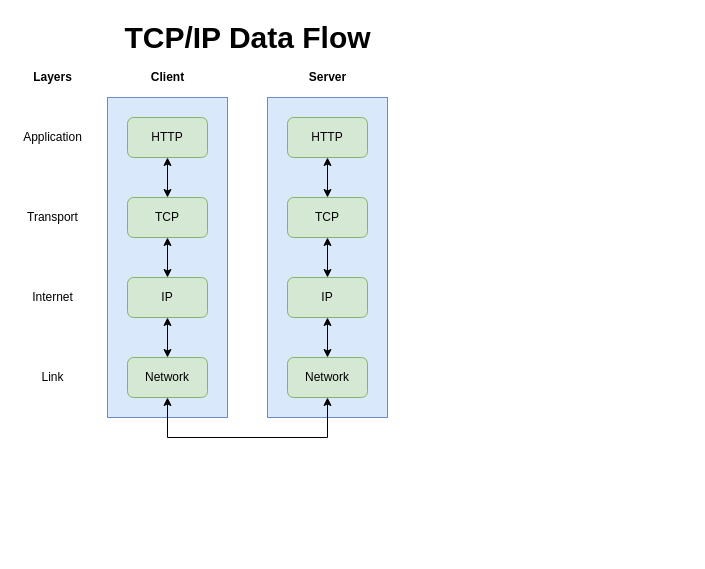
jeesewu/Diagrams-Storage keeps this draw.io diagram as page "OSI Model" (1 of 7) of Frontend/Internet/What is HTTP.drawio. Above is the earlier version. Source tidied: cells renumbered, new cells numbered last; positions are measured from the earlier drawing's top-left corner, leaving out a move shared by most shapes. Both pictures are drawn from the tidied source at 100%, with x=0, y=0 at pixel (17, 17). Pictures stored in the file or linked from it are replaced by grey dashed boxes.
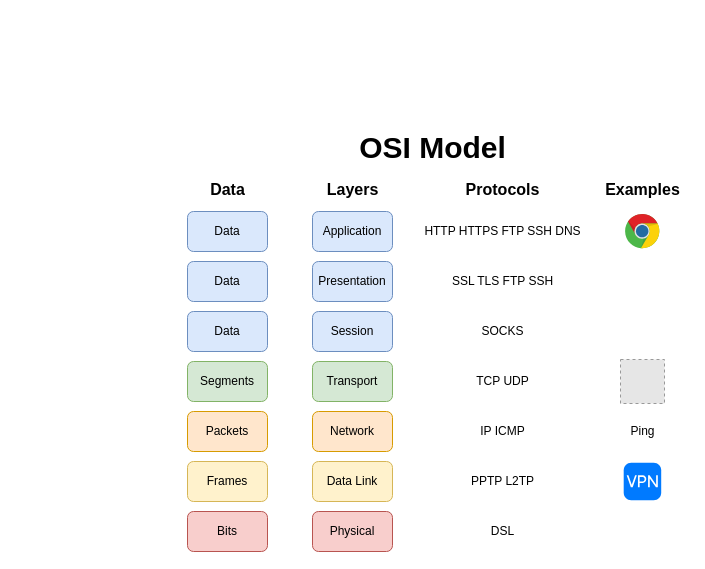
The same diagram, later.

Diff of the diagram source:
```diff
@@
-    <mxCell id="2" style="rounded=0;whiteSpace=wrap;html=1;fillColor=#dae8fc;strokeColor=#6c8ebf;" parent="1" vertex="1">
-      <mxGeometry x="250" y="80" width="120" height="320" as="geometry" />
-    </mxCell>
-    <mxCell id="3" style="rounded=0;whiteSpace=wrap;html=1;fillColor=#dae8fc;strokeColor=#6c8ebf;" parent="1" vertex="1">
-      <mxGeometry x="90" y="80" width="120" height="320" as="geometry" />
-    </mxCell>
-    <mxCell id="4" style="edgeStyle=orthogonalEdgeStyle;rounded=0;jettySize=auto;html=1;startArrow=classic;startFill=1;" parent="1" edge="1" source="5" target="8">
-      <mxGeometry relative="1" as="geometry" />
-    </mxCell>
-    <mxCell id="5" value="HTTP" style="rounded=1;whiteSpace=wrap;html=1;fillColor=#d5e8d4;strokeColor=#82b366;" parent="1" vertex="1">
-      <mxGeometry x="110" y="100" width="80" height="40" as="geometry" />
+    <mxCell id="5" value="Application" style="rounded=1;whiteSpace=wrap;html=1;fillColor=#dae8fc;strokeColor=#6c8ebf;" parent="1" vertex="1">
+      <mxGeometry x="295" y="194" width="80" height="40" as="geometry" />
     </mxCell>
-    <mxCell id="6" value="TCP/IP Data Flow" style="text;html=1;align=center;verticalAlign=middle;strokeColor=none;fontStyle=1;fontSize=30;" parent="1" vertex="1">
-      <mxGeometry x="100" width="260" height="40" as="geometry" />
+    <mxCell id="6" value="OSI Model" style="text;html=1;align=center;verticalAlign=middle;strokeColor=none;fontStyle=1;fontSize=30;" parent="1" vertex="1">
+      <mxGeometry x="335" y="110" width="160" height="40" as="geometry" />
     </mxCell>
-    <mxCell id="7" style="edgeStyle=orthogonalEdgeStyle;rounded=0;jettySize=auto;html=1;entryX=0.5;entryY=0;entryDx=0;entryDy=0;endArrow=classic;endFill=1;startArrow=classic;startFill=1;" parent="1" edge="1" source="8" target="10">
-      <mxGeometry relative="1" as="geometry" />
-    </mxCell>
-    <mxCell id="8" value="TCP" style="rounded=1;whiteSpace=wrap;html=1;fillColor=#d5e8d4;strokeColor=#82b366;" parent="1" vertex="1">
-      <mxGeometry x="110" y="180" width="80" height="40" as="geometry" />
+    <mxCell id="8" value="Presentation" style="rounded=1;whiteSpace=wrap;html=1;fillColor=#dae8fc;strokeColor=#6c8ebf;" parent="1" vertex="1">
+      <mxGeometry x="295" y="244" width="80" height="40" as="geometry" />
     </mxCell>
-    <mxCell id="9" style="edgeStyle=orthogonalEdgeStyle;rounded=0;jettySize=auto;html=1;entryX=0.5;entryY=0;entryDx=0;entryDy=0;startArrow=classic;startFill=1;" parent="1" edge="1" source="10" target="12">
-      <mxGeometry relative="1" as="geometry" />
-    </mxCell>
-    <mxCell id="10" value="IP" style="rounded=1;whiteSpace=wrap;html=1;fillColor=#d5e8d4;strokeColor=#82b366;" parent="1" vertex="1">
-      <mxGeometry x="110" y="260" width="80" height="40" as="geometry" />
+    <mxCell id="10" value="Session" style="rounded=1;whiteSpace=wrap;html=1;fillColor=#dae8fc;strokeColor=#6c8ebf;" parent="1" vertex="1">
+      <mxGeometry x="295" y="294" width="80" height="40" as="geometry" />
     </mxCell>
-    <mxCell id="11" style="edgeStyle=orthogonalEdgeStyle;rounded=0;jettySize=auto;html=1;entryX=0.5;entryY=1;entryDx=0;entryDy=0;startArrow=classic;startFill=1;" parent="1" edge="1" source="12" target="26">
-      <mxGeometry relative="1" as="geometry">
-        <Array as="points">
-          <mxPoint x="150" y="420" />
-          <mxPoint x="310" y="420" />
-        </Array>
-      </mxGeometry>
-    </mxCell>
-    <mxCell id="12" value="Network" style="rounded=1;whiteSpace=wrap;html=1;fillColor=#d5e8d4;strokeColor=#82b366;" parent="1" vertex="1">
-      <mxGeometry x="110" y="340" width="80" height="40" as="geometry" />
+    <mxCell id="12" value="Transport" style="rounded=1;whiteSpace=wrap;html=1;fillColor=#d5e8d4;strokeColor=#82b366;" parent="1" vertex="1">
+      <mxGeometry x="295" y="344" width="80" height="40" as="geometry" />
     </mxCell>
-    <mxCell id="13" value="Application" style="text;html=1;align=center;verticalAlign=middle;strokeColor=none;" parent="1" vertex="1">
-      <mxGeometry y="110" width="70" height="20" as="geometry" />
-    </mxCell>
-    <mxCell id="14" value="Transport" style="text;html=1;align=center;verticalAlign=middle;strokeColor=none;" parent="1" vertex="1">
-      <mxGeometry y="190" width="70" height="20" as="geometry" />
-    </mxCell>
-    <mxCell id="15" value="Internet" style="text;html=1;align=center;verticalAlign=middle;strokeColor=none;" parent="1" vertex="1">
-      <mxGeometry x="5" y="270" width="60" height="20" as="geometry" />
-    </mxCell>
-    <mxCell id="16" value="Link" style="text;html=1;align=center;verticalAlign=middle;strokeColor=none;" parent="1" vertex="1">
-      <mxGeometry x="15" y="350" width="40" height="20" as="geometry" />
-    </mxCell>
-    <mxCell id="17" value="Layers" style="text;html=1;align=center;verticalAlign=middle;strokeColor=none;fontStyle=1;" parent="1" vertex="1">
-      <mxGeometry x="10" y="50" width="50" height="20" as="geometry" />
+    <mxCell id="17" value="Layers" style="text;html=1;align=center;verticalAlign=middle;strokeColor=none;fontStyle=1;fontSize=16;" parent="1" vertex="1">
+      <mxGeometry x="300" y="162" width="70" height="20" as="geometry" />
     </mxCell>
-    <mxCell id="18" value="Client" style="text;html=1;align=center;verticalAlign=middle;strokeColor=none;fontStyle=1;" parent="1" vertex="1">
-      <mxGeometry x="125" y="50" width="50" height="20" as="geometry" />
+    <mxCell id="18" value="Protocols" style="text;html=1;align=center;verticalAlign=middle;strokeColor=none;fontStyle=1;fontSize=16;" parent="1" vertex="1">
+      <mxGeometry x="440" y="162" width="90" height="20" as="geometry" />
     </mxCell>
-    <mxCell id="19" value="Server" style="text;html=1;align=center;verticalAlign=middle;strokeColor=none;fontStyle=1;" parent="1" vertex="1">
-      <mxGeometry x="285" y="50" width="50" height="20" as="geometry" />
-    </mxCell>
-    <mxCell id="20" style="edgeStyle=orthogonalEdgeStyle;rounded=0;jettySize=auto;html=1;startArrow=classic;startFill=1;" parent="1" edge="1" source="21" target="23">
-      <mxGeometry relative="1" as="geometry" />
-    </mxCell>
-    <mxCell id="21" value="HTTP" style="rounded=1;whiteSpace=wrap;html=1;fillColor=#d5e8d4;strokeColor=#82b366;" parent="1" vertex="1">
-      <mxGeometry x="270" y="100" width="80" height="40" as="geometry" />
-    </mxCell>
-    <mxCell id="22" style="edgeStyle=orthogonalEdgeStyle;rounded=0;jettySize=auto;html=1;entryX=0.5;entryY=0;entryDx=0;entryDy=0;startArrow=classic;startFill=1;" parent="1" edge="1" source="23" target="25">
-      <mxGeometry relative="1" as="geometry" />
-    </mxCell>
-    <mxCell id="23" value="TCP" style="rounded=1;whiteSpace=wrap;html=1;fillColor=#d5e8d4;strokeColor=#82b366;" parent="1" vertex="1">
-      <mxGeometry x="270" y="180" width="80" height="40" as="geometry" />
-    </mxCell>
-    <mxCell id="24" style="edgeStyle=orthogonalEdgeStyle;rounded=0;jettySize=auto;html=1;entryX=0.5;entryY=0;entryDx=0;entryDy=0;startArrow=classic;startFill=1;" parent="1" edge="1" source="25" target="26">
-      <mxGeometry relative="1" as="geometry" />
-    </mxCell>
-    <mxCell id="25" value="IP" style="rounded=1;whiteSpace=wrap;html=1;fillColor=#d5e8d4;strokeColor=#82b366;" parent="1" vertex="1">
-      <mxGeometry x="270" y="260" width="80" height="40" as="geometry" />
-    </mxCell>
-    <mxCell id="26" value="Network" style="rounded=1;whiteSpace=wrap;html=1;fillColor=#d5e8d4;strokeColor=#82b366;" parent="1" vertex="1">
-      <mxGeometry x="270" y="340" width="80" height="40" as="geometry" />
+    <mxCell id="26" value="Network" style="rounded=1;whiteSpace=wrap;html=1;fillColor=#ffe6cc;strokeColor=#d79b00;" parent="1" vertex="1">
+      <mxGeometry x="295" y="394" width="80" height="40" as="geometry" />
     </mxCell>
+    <mxCell id="27" value="Data Link" style="rounded=1;whiteSpace=wrap;html=1;fillColor=#fff2cc;strokeColor=#d6b656;" parent="1" vertex="1">
+      <mxGeometry x="295" y="444" width="80" height="40" as="geometry" />
+    </mxCell>
+    <mxCell id="28" value="Physical" style="rounded=1;whiteSpace=wrap;html=1;fillColor=#f8cecc;strokeColor=#b85450;" parent="1" vertex="1">
+      <mxGeometry x="295" y="494" width="80" height="40" as="geometry" />
+    </mxCell>
+    <mxCell id="29" value="HTTP HTTPS FTP SSH DNS" style="text;html=1;align=center;verticalAlign=middle;strokeColor=none;fontStyle=0;" parent="1" vertex="1">
+      <mxGeometry x="400" y="204" width="170" height="20" as="geometry" />
+    </mxCell>
+    <mxCell id="30" value="SSL TLS FTP SSH" style="text;html=1;align=center;verticalAlign=middle;strokeColor=none;fontStyle=0;" parent="1" vertex="1">
+      <mxGeometry x="425" y="254" width="120" height="20" as="geometry" />
+    </mxCell>
+    <mxCell id="31" value="TCP UDP" style="text;html=1;align=center;verticalAlign=middle;strokeColor=none;fontStyle=0;" parent="1" vertex="1">
+      <mxGeometry x="450" y="354" width="70" height="20" as="geometry" />
+    </mxCell>
+    <mxCell id="32" value="IP ICMP" style="text;html=1;align=center;verticalAlign=middle;strokeColor=none;fontStyle=0;" parent="1" vertex="1">
+      <mxGeometry x="455" y="404" width="60" height="20" as="geometry" />
+    </mxCell>
+    <mxCell id="33" value="PPTP L2TP" style="text;html=1;align=center;verticalAlign=middle;strokeColor=none;fontStyle=0;" parent="1" vertex="1">
+      <mxGeometry x="445" y="454" width="80" height="20" as="geometry" />
+    </mxCell>
+    <mxCell id="34" value="SOCKS" style="text;html=1;align=center;verticalAlign=middle;strokeColor=none;fontStyle=0;" parent="1" vertex="1">
+      <mxGeometry x="455" y="304" width="60" height="20" as="geometry" />
+    </mxCell>
+    <mxCell id="35" value="DSL" style="text;html=1;align=center;verticalAlign=middle;strokeColor=none;fontStyle=0;" parent="1" vertex="1">
+      <mxGeometry x="465" y="504" width="40" height="20" as="geometry" />
+    </mxCell>
+    <mxCell id="36" value="Data" style="text;html=1;align=center;verticalAlign=middle;strokeColor=none;fontStyle=1;fontSize=16;" parent="1" vertex="1">
+      <mxGeometry x="185" y="162" width="50" height="20" as="geometry" />
+    </mxCell>
+    <mxCell id="37" value="Data" style="rounded=1;whiteSpace=wrap;html=1;fillColor=#dae8fc;strokeColor=#6c8ebf;" parent="1" vertex="1">
+      <mxGeometry x="170" y="194" width="80" height="40" as="geometry" />
+    </mxCell>
+    <mxCell id="38" value="Data" style="rounded=1;whiteSpace=wrap;html=1;fillColor=#dae8fc;strokeColor=#6c8ebf;" parent="1" vertex="1">
+      <mxGeometry x="170" y="244" width="80" height="40" as="geometry" />
+    </mxCell>
+    <mxCell id="39" value="Data" style="rounded=1;whiteSpace=wrap;html=1;fillColor=#dae8fc;strokeColor=#6c8ebf;" parent="1" vertex="1">
+      <mxGeometry x="170" y="294" width="80" height="40" as="geometry" />
+    </mxCell>
+    <mxCell id="40" value="Segments" style="rounded=1;whiteSpace=wrap;html=1;fillColor=#d5e8d4;strokeColor=#82b366;" parent="1" vertex="1">
+      <mxGeometry x="170" y="344" width="80" height="40" as="geometry" />
+    </mxCell>
+    <mxCell id="41" value="Packets" style="rounded=1;whiteSpace=wrap;html=1;fillColor=#ffe6cc;strokeColor=#d79b00;" parent="1" vertex="1">
+      <mxGeometry x="170" y="394" width="80" height="40" as="geometry" />
+    </mxCell>
+    <mxCell id="42" value="Frames" style="rounded=1;whiteSpace=wrap;html=1;fillColor=#fff2cc;strokeColor=#d6b656;" parent="1" vertex="1">
+      <mxGeometry x="170" y="444" width="80" height="40" as="geometry" />
+    </mxCell>
+    <mxCell id="43" value="Bits" style="rounded=1;whiteSpace=wrap;html=1;fillColor=#f8cecc;strokeColor=#b85450;" parent="1" vertex="1">
+      <mxGeometry x="170" y="494" width="80" height="40" as="geometry" />
+    </mxCell>
+    <mxCell id="44" style="dashed=0;html=1;align=center;labelPosition=center;verticalLabelPosition=bottom;verticalAlign=top;shape=mxgraph.weblogos.chrome;fontSize=30;" parent="1" vertex="1">
+      <mxGeometry x="607.6" y="196.5" width="34.7" height="35" as="geometry" />
+    </mxCell>
+    <mxCell id="45" value="Examples" style="text;html=1;align=center;verticalAlign=middle;strokeColor=none;fontStyle=1;fontSize=16;" parent="1" vertex="1">
+      <mxGeometry x="580" y="162" width="90" height="20" as="geometry" />
+    </mxCell>
+    <mxCell id="46" value="Ping" style="text;html=1;align=center;verticalAlign=middle;strokeColor=none;fontStyle=0;" parent="1" vertex="1">
+      <mxGeometry x="605" y="404" width="40" height="20" as="geometry" />
+    </mxCell>
+    <mxCell id="47" style="fillColor=#E6E6E6;strokeColor=#999999;dashed=1;html=1;verticalAlign=top;verticalLabelPosition=bottom;labelBackgroundColor=#ffffff;" parent="1" vertex="1">
+      <mxGeometry x="603" y="342" width="44" height="44" as="geometry" />
+    </mxCell>
+    <mxCell id="48" style="html=1;strokeWidth=1;shadow=0;dashed=0;shape=mxgraph.ios7.misc.vpn;fillColor=#007AFF;strokeColor=none;buttonText=;strokeColor2=#222222;fontColor=#222222;fontSize=8;verticalLabelPosition=bottom;verticalAlign=top;align=center;" parent="1" vertex="1">
+      <mxGeometry x="606.2" y="445.2" width="37.5" height="37.5" as="geometry" />
+    </mxCell>
```
